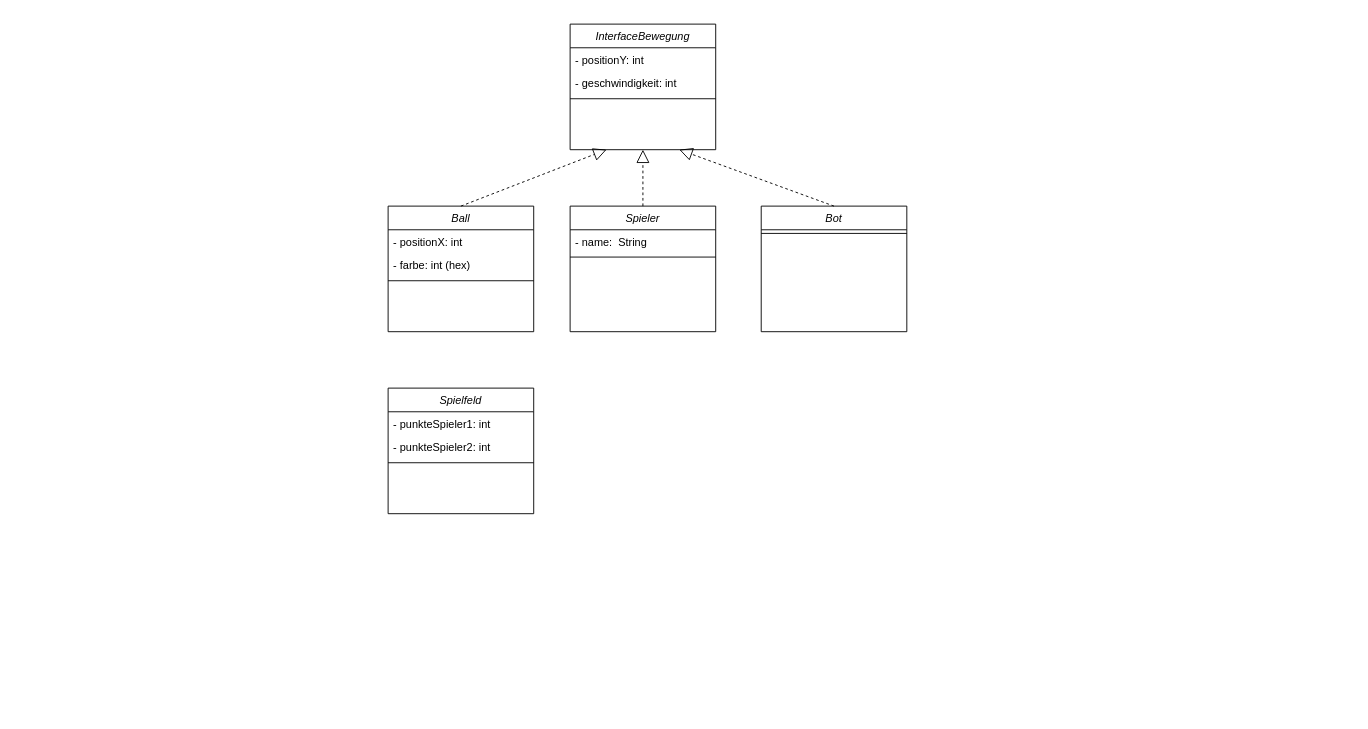
The draw.io diagram Pong.drawio in Sven-Ot/Pong, before the edit. Source tidied: cells renumbered, new cells numbered last; positions are measured from the earlier drawing's top-left corner, leaving out a move shared by most shapes. Both pictures are drawn from the tidied source at 91%, with x=0, y=0 at pixel (388, 24).
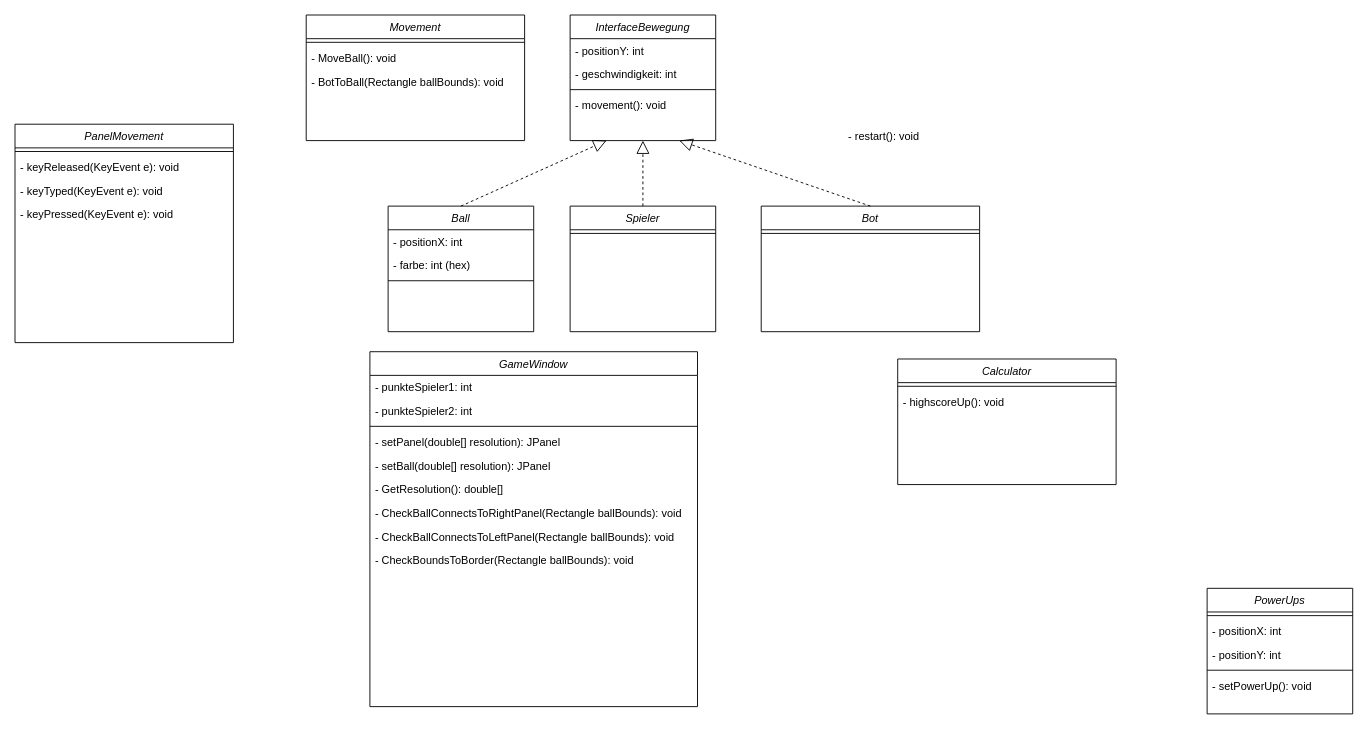
Above is the later version.

Commit message:
Erweiterung Klassendiagramm

Begonnen die GameWindow klasse aufzuteilen

Unchanged cells that the change refers to:
```xml
<mxCell id="6" value="Spieler" style="swimlane;fontStyle=2;align=center;verticalAlign=top;horizontal=1;startSize=26;rounded=0;shadow=0;strokeWidth=1;" parent="1" vertex="1">
  <mxGeometry x="200" y="200" width="160" height="138" as="geometry" />
</mxCell>
```

What changed in the source:
```diff
@@
-    <mxCell id="7" value="- name:  String" style="text;align=left;verticalAlign=top;spacingLeft=4;spacingRight=4;overflow=hidden;" parent="6" vertex="1">
-      <mxGeometry y="26" width="160" height="26" as="geometry" />
-    </mxCell>
     <mxCell id="8" style="line;html=1;strokeWidth=1;align=left;verticalAlign=middle;spacingTop=-1;spacingLeft=3;spacingRight=3;labelPosition=right;" parent="6" vertex="1">
-      <mxGeometry y="52" width="160" height="8" as="geometry" />
+      <mxGeometry y="26" width="160" height="8" as="geometry" />
     </mxCell>
     <mxCell id="9" value="Bot" style="swimlane;fontStyle=2;align=center;verticalAlign=top;horizontal=1;startSize=26;rounded=0;shadow=0;strokeWidth=1;" parent="1" vertex="1">
-      <mxGeometry x="410" y="200" width="160" height="138" as="geometry" />
+      <mxGeometry x="410" y="200" width="240" height="138" as="geometry" />
     </mxCell>
     <mxCell id="10" style="line;html=1;strokeWidth=1;align=left;verticalAlign=middle;spacingTop=-1;spacingLeft=3;spacingRight=3;labelPosition=right;" parent="9" vertex="1">
-      <mxGeometry y="26" width="160" height="8" as="geometry" />
+      <mxGeometry y="26" width="240" height="8" as="geometry" />
     </mxCell>
-    <mxCell id="11" value="Spielfeld" style="swimlane;fontStyle=2;align=center;verticalAlign=top;horizontal=1;startSize=26;rounded=0;shadow=0;strokeWidth=1;" parent="1" vertex="1">
-      <mxGeometry y="400" width="160" height="138" as="geometry" />
+    <mxCell id="11" value="GameWindow" style="swimlane;fontStyle=2;align=center;verticalAlign=top;horizontal=1;startSize=26;rounded=0;shadow=0;strokeWidth=1;" parent="1" vertex="1">
+      <mxGeometry x="-20" y="360" width="360" height="390" as="geometry" />
     </mxCell>
     <mxCell id="12" value="- punkteSpieler1: int" style="text;align=left;verticalAlign=top;spacingLeft=4;spacingRight=4;overflow=hidden;" parent="11" vertex="1">
-      <mxGeometry y="26" width="160" height="26" as="geometry" />
+      <mxGeometry y="26" width="360" height="26" as="geometry" />
     </mxCell>
     <mxCell id="13" value="- punkteSpieler2: int" style="text;align=left;verticalAlign=top;spacingLeft=4;spacingRight=4;overflow=hidden;" parent="11" vertex="1">
-      <mxGeometry y="52" width="160" height="26" as="geometry" />
+      <mxGeometry y="52" width="360" height="26" as="geometry" />
     </mxCell>
     <mxCell id="14" style="line;html=1;strokeWidth=1;align=left;verticalAlign=middle;spacingTop=-1;spacingLeft=3;spacingRight=3;labelPosition=right;" parent="11" vertex="1">
-      <mxGeometry y="78" width="160" height="8" as="geometry" />
+      <mxGeometry y="78" width="360" height="8" as="geometry" />
     </mxCell>
+    <mxCell id="22" value="- setPanel(double[] resolution): JPanel" style="text;align=left;verticalAlign=top;spacingLeft=4;spacingRight=4;overflow=hidden;" parent="11" vertex="1">
+      <mxGeometry y="86" width="360" height="26" as="geometry" />
+    </mxCell>
+    <mxCell id="23" value="- setBall(double[] resolution): JPanel" style="text;align=left;verticalAlign=top;spacingLeft=4;spacingRight=4;overflow=hidden;" parent="11" vertex="1">
+      <mxGeometry y="112" width="360" height="26" as="geometry" />
+    </mxCell>
+    <mxCell id="24" value="- GetResolution(): double[] " style="text;align=left;verticalAlign=top;spacingLeft=4;spacingRight=4;overflow=hidden;" parent="11" vertex="1">
+      <mxGeometry y="138" width="360" height="26" as="geometry" />
+    </mxCell>
+    <mxCell id="25" value="- CheckBallConnectsToRightPanel(Rectangle ballBounds): void" style="text;align=left;verticalAlign=top;spacingLeft=4;spacingRight=4;overflow=hidden;" parent="11" vertex="1">
+      <mxGeometry y="164" width="360" height="26" as="geometry" />
+    </mxCell>
+    <mxCell id="26" value="- CheckBallConnectsToLeftPanel(Rectangle ballBounds): void" style="text;align=left;verticalAlign=top;spacingLeft=4;spacingRight=4;overflow=hidden;" parent="11" vertex="1">
+      <mxGeometry y="190" width="360" height="26" as="geometry" />
+    </mxCell>
+    <mxCell id="27" value="- CheckBoundsToBorder(Rectangle ballBounds): void" style="text;align=left;verticalAlign=top;spacingLeft=4;spacingRight=4;overflow=hidden;" parent="11" vertex="1">
+      <mxGeometry y="216" width="360" height="26" as="geometry" />
+    </mxCell>
     <mxCell id="15" value="InterfaceBewegung" style="swimlane;fontStyle=2;align=center;verticalAlign=top;horizontal=1;startSize=26;rounded=0;shadow=0;strokeWidth=1;" parent="1" vertex="1">
-      <mxGeometry x="200" width="160" height="138" as="geometry" />
+      <mxGeometry x="200" y="-10" width="160" height="138" as="geometry" />
     </mxCell>
@@
+    <mxCell id="28" value="- movement(): void" style="text;align=left;verticalAlign=top;spacingLeft=4;spacingRight=4;overflow=hidden;" parent="15" vertex="1">
+      <mxGeometry y="86" width="160" height="26" as="geometry" />
+    </mxCell>
@@
+    <mxCell id="29" value="PowerUps" style="swimlane;fontStyle=2;align=center;verticalAlign=top;horizontal=1;startSize=26;rounded=0;shadow=0;strokeWidth=1;" parent="1" vertex="1">
+      <mxGeometry x="900" y="620" width="160" height="138" as="geometry" />
+    </mxCell>
+    <mxCell id="30" style="line;html=1;strokeWidth=1;align=left;verticalAlign=middle;spacingTop=-1;spacingLeft=3;spacingRight=3;labelPosition=right;" parent="29" vertex="1">
+      <mxGeometry y="26" width="160" height="8" as="geometry" />
+    </mxCell>
+    <mxCell id="31" value="- positionX: int" style="text;align=left;verticalAlign=top;spacingLeft=4;spacingRight=4;overflow=hidden;" parent="29" vertex="1">
+      <mxGeometry y="34" width="160" height="26" as="geometry" />
+    </mxCell>
+    <mxCell id="32" value="- positionY: int" style="text;align=left;verticalAlign=top;spacingLeft=4;spacingRight=4;overflow=hidden;" parent="29" vertex="1">
+      <mxGeometry y="60" width="160" height="26" as="geometry" />
+    </mxCell>
+    <mxCell id="33" style="line;html=1;strokeWidth=1;align=left;verticalAlign=middle;spacingTop=-1;spacingLeft=3;spacingRight=3;labelPosition=right;" parent="29" vertex="1">
+      <mxGeometry y="86" width="160" height="8" as="geometry" />
+    </mxCell>
+    <mxCell id="34" value="- setPowerUp(): void" style="text;align=left;verticalAlign=top;spacingLeft=4;spacingRight=4;overflow=hidden;" parent="29" vertex="1">
+      <mxGeometry y="94" width="160" height="26" as="geometry" />
+    </mxCell>
+    <mxCell id="35" value="Movement" style="swimlane;fontStyle=2;align=center;verticalAlign=top;horizontal=1;startSize=26;rounded=0;shadow=0;strokeWidth=1;" parent="1" vertex="1">
+      <mxGeometry x="-90" y="-10" width="240" height="138" as="geometry" />
+    </mxCell>
+    <mxCell id="36" style="line;html=1;strokeWidth=1;align=left;verticalAlign=middle;spacingTop=-1;spacingLeft=3;spacingRight=3;labelPosition=right;" parent="35" vertex="1">
+      <mxGeometry y="26" width="240" height="8" as="geometry" />
+    </mxCell>
+    <mxCell id="37" value="- MoveBall(): void" style="text;align=left;verticalAlign=top;spacingLeft=4;spacingRight=4;overflow=hidden;" parent="35" vertex="1">
+      <mxGeometry y="34" width="240" height="26" as="geometry" />
+    </mxCell>
+    <mxCell id="38" value="- BotToBall(Rectangle ballBounds): void" style="text;align=left;verticalAlign=top;spacingLeft=4;spacingRight=4;overflow=hidden;" parent="35" vertex="1">
+      <mxGeometry y="60" width="240" height="26" as="geometry" />
+    </mxCell>
+    <mxCell id="39" value="- restart(): void" style="text;align=left;verticalAlign=top;spacingLeft=4;spacingRight=4;overflow=hidden;" parent="1" vertex="1">
+      <mxGeometry x="500" y="110" width="240" height="26" as="geometry" />
+    </mxCell>
+    <mxCell id="40" value="Calculator" style="swimlane;fontStyle=2;align=center;verticalAlign=top;horizontal=1;startSize=26;rounded=0;shadow=0;strokeWidth=1;" parent="1" vertex="1">
+      <mxGeometry x="560" y="368" width="240" height="138" as="geometry" />
+    </mxCell>
+    <mxCell id="41" style="line;html=1;strokeWidth=1;align=left;verticalAlign=middle;spacingTop=-1;spacingLeft=3;spacingRight=3;labelPosition=right;" parent="40" vertex="1">
+      <mxGeometry y="26" width="240" height="8" as="geometry" />
+    </mxCell>
+    <mxCell id="42" value="- highscoreUp(): void" style="text;align=left;verticalAlign=top;spacingLeft=4;spacingRight=4;overflow=hidden;" parent="40" vertex="1">
+      <mxGeometry y="34" width="240" height="26" as="geometry" />
+    </mxCell>
+    <mxCell id="43" value="PanelMovement" style="swimlane;fontStyle=2;align=center;verticalAlign=top;horizontal=1;startSize=26;rounded=0;shadow=0;strokeWidth=1;" parent="1" vertex="1">
+      <mxGeometry x="-410" y="110" width="240" height="240" as="geometry" />
+    </mxCell>
+    <mxCell id="44" style="line;html=1;strokeWidth=1;align=left;verticalAlign=middle;spacingTop=-1;spacingLeft=3;spacingRight=3;labelPosition=right;" parent="43" vertex="1">
+      <mxGeometry y="26" width="240" height="8" as="geometry" />
+    </mxCell>
+    <mxCell id="45" value="- keyReleased(KeyEvent e): void" style="text;align=left;verticalAlign=top;spacingLeft=4;spacingRight=4;overflow=hidden;" parent="43" vertex="1">
+      <mxGeometry y="34" width="240" height="26" as="geometry" />
+    </mxCell>
+    <mxCell id="46" value="- keyTyped(KeyEvent e): void" style="text;align=left;verticalAlign=top;spacingLeft=4;spacingRight=4;overflow=hidden;" parent="43" vertex="1">
+      <mxGeometry y="60" width="240" height="26" as="geometry" />
+    </mxCell>
+    <mxCell id="47" value="- keyPressed(KeyEvent e): void" style="text;align=left;verticalAlign=top;spacingLeft=4;spacingRight=4;overflow=hidden;" parent="43" vertex="1">
+      <mxGeometry y="86" width="240" height="26" as="geometry" />
+    </mxCell>
```
